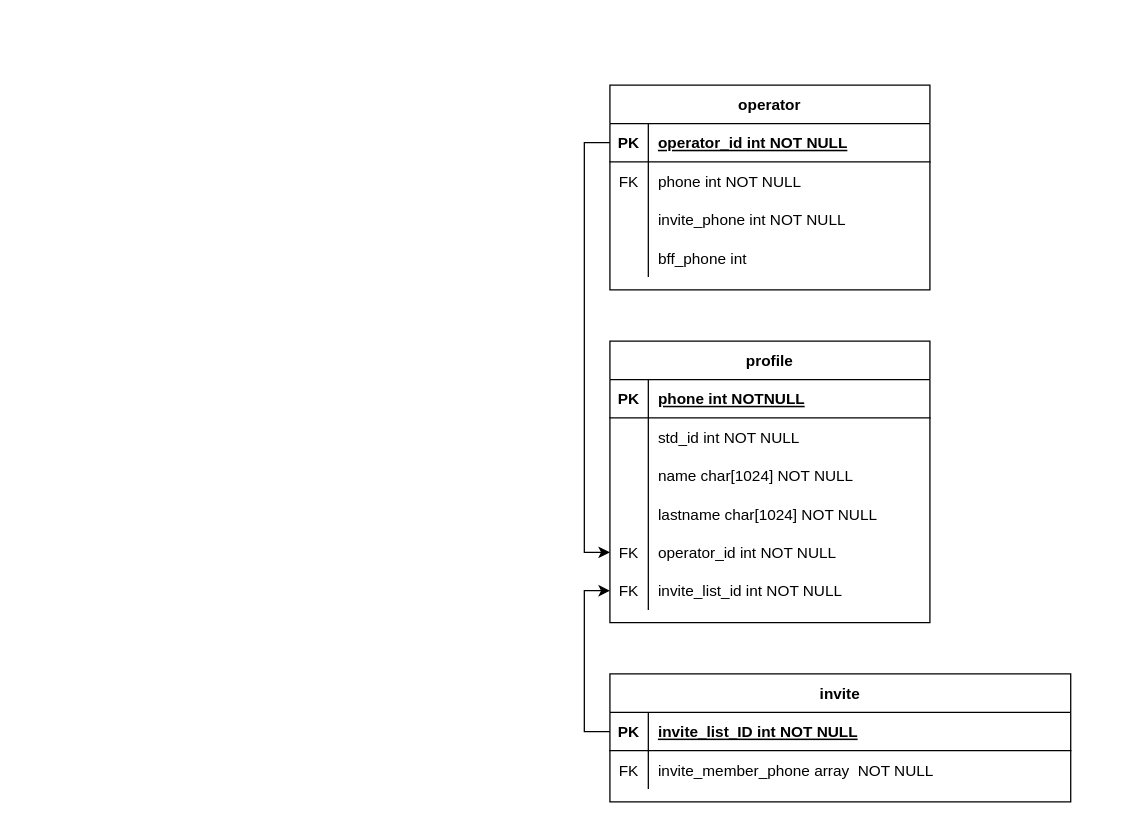
Before: ER Diagram/ER Database.drawio in rapeeza1598/DB-Project-KMUTNB, a draw.io diagram. Source tidied: cells renumbered, new cells numbered last; positions are measured from the earlier drawing's top-left corner, leaving out a move shared by most shapes. Both pictures are drawn from the tidied source at 128%, with x=0, y=0 at pixel (609, 84).
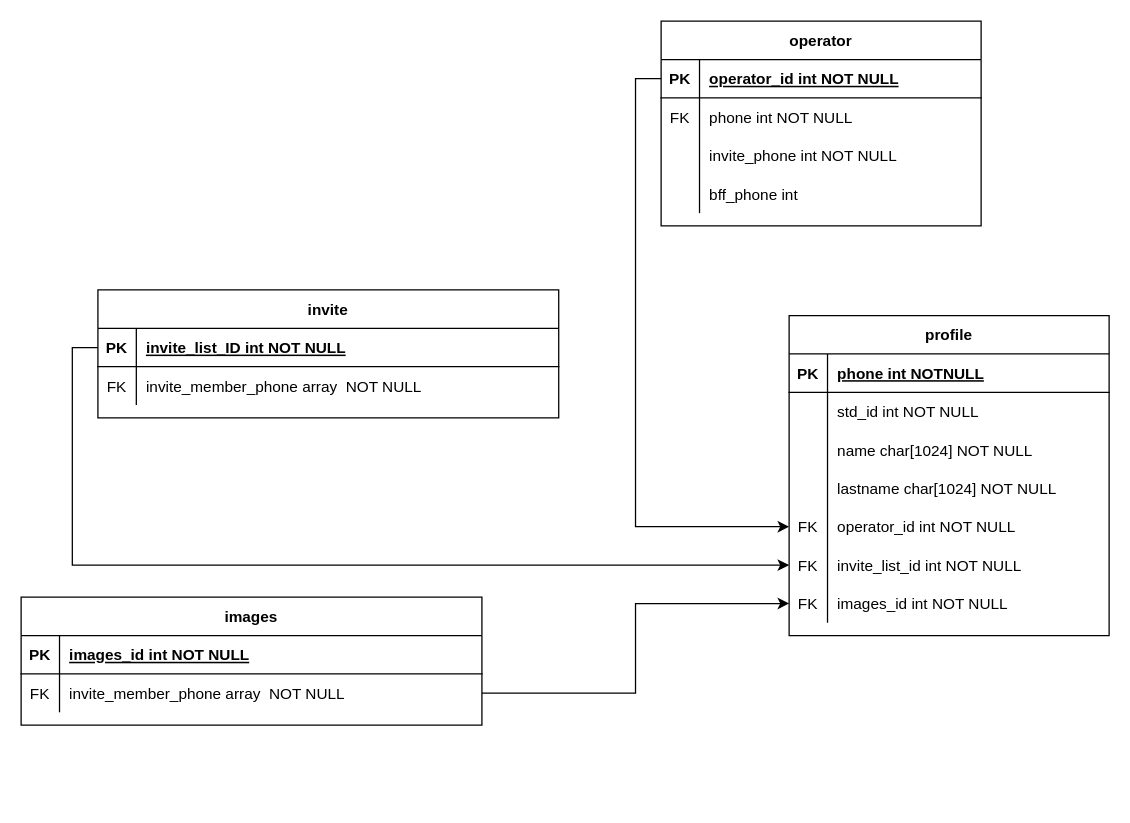
After the change.

What changed in the source:
```diff
@@
     <mxCell id="2" value="profile" style="shape=table;startSize=30;childLayout=tableLayout;rowLines=0;fontStyle=1;align=center;" parent="1" vertex="1">
-      <mxGeometry y="200" width="250" height="220" as="geometry" />
+      <mxGeometry x="140" y="180" width="250" height="250" as="geometry" />
     </mxCell>
@@
+    <mxCell id="43" style="shape=partialRectangle;fillColor=none;points=[[0,0.5],[1,0.5]];portConstraint=eastwest;top=0;left=0;right=0;bottom=0;" parent="2" vertex="1">
+      <mxGeometry y="210" width="250" height="30" as="geometry" />
+    </mxCell>
+    <mxCell id="44" value="FK" style="shape=partialRectangle;overflow=hidden;fillColor=none;top=0;left=0;bottom=0;right=0;" parent="43" vertex="1">
+      <mxGeometry width="30" height="30" as="geometry" />
+    </mxCell>
+    <mxCell id="45" value="images_id int NOT NULL" style="shape=partialRectangle;overflow=hidden;fillColor=none;top=0;left=0;bottom=0;right=0;align=left;spacingLeft=6;" parent="43" vertex="1">
+      <mxGeometry x="30" width="220" height="30" as="geometry" />
+    </mxCell>
     <mxCell id="21" value="invite" style="shape=table;startSize=30;childLayout=tableLayout;rowLines=0;fontStyle=1;align=center;" parent="1" vertex="1">
-      <mxGeometry y="460" width="360" height="100" as="geometry" />
+      <mxGeometry x="-400" y="160" width="360" height="100" as="geometry" />
     </mxCell>
@@
     <mxCell id="28" value="operator" style="shape=table;startSize=30;childLayout=tableLayout;rowLines=0;fontStyle=1;align=center;" parent="1" vertex="1">
-      <mxGeometry width="250" height="160" as="geometry" />
+      <mxGeometry x="40" y="-50" width="250" height="160" as="geometry" />
     </mxCell>
@@
+    <mxCell id="46" value="images" style="shape=table;startSize=30;childLayout=tableLayout;rowLines=0;fontStyle=1;align=center;" parent="1" vertex="1">
+      <mxGeometry x="-460" y="400" width="360" height="100" as="geometry" />
+    </mxCell>
+    <mxCell id="47" style="shape=partialRectangle;fillColor=none;top=0;left=0;right=0;bottom=1;" parent="46" vertex="1">
+      <mxGeometry y="30" width="360" height="30" as="geometry" />
+    </mxCell>
+    <mxCell id="48" value="PK" style="shape=partialRectangle;overflow=hidden;fillColor=none;top=0;left=0;bottom=0;right=0;fontStyle=1;" parent="47" vertex="1">
+      <mxGeometry width="30" height="30" as="geometry" />
+    </mxCell>
+    <mxCell id="49" value="images_id int NOT NULL" style="shape=partialRectangle;overflow=hidden;fillColor=none;top=0;left=0;bottom=0;right=0;align=left;spacingLeft=6;fontStyle=5;" parent="47" vertex="1">
+      <mxGeometry x="30" width="330" height="30" as="geometry" />
+    </mxCell>
+    <mxCell id="50" style="shape=partialRectangle;fillColor=none;points=[[0,0.5],[1,0.5]];portConstraint=eastwest;top=0;left=0;right=0;bottom=0;" parent="46" vertex="1">
+      <mxGeometry y="60" width="360" height="30" as="geometry" />
+    </mxCell>
+    <mxCell id="51" value="FK" style="shape=partialRectangle;overflow=hidden;fillColor=none;top=0;left=0;bottom=0;right=0;" parent="50" vertex="1">
+      <mxGeometry width="30" height="30" as="geometry" />
+    </mxCell>
+    <mxCell id="52" value="invite_member_phone array  NOT NULL" style="shape=partialRectangle;overflow=hidden;fillColor=none;top=0;left=0;bottom=0;right=0;align=left;spacingLeft=6;" parent="50" vertex="1">
+      <mxGeometry x="30" width="330" height="30" as="geometry" />
+    </mxCell>
+    <mxCell id="53" style="edgeStyle=orthogonalEdgeStyle;rounded=0;jettySize=auto;html=1;exitX=1;exitY=0.5;exitDx=0;exitDy=0;entryX=0;entryY=0.5;entryDx=0;entryDy=0;" parent="1" edge="1" source="50" target="43">
+      <mxGeometry relative="1" as="geometry" />
+    </mxCell>
```
